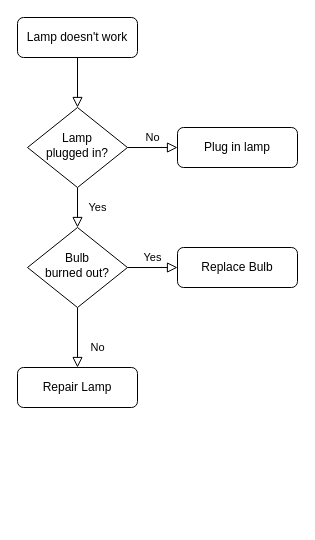
Earlier version of the draw.io diagram 未命名绘图.drawio (guoxinchen2g/HelloWrold). Source tidied: cells renumbered, new cells numbered last; positions are measured from the earlier drawing's top-left corner, leaving out a move shared by most shapes. Both pictures are drawn from the tidied source at 100%, with x=0, y=0 at pixel (17, 17).
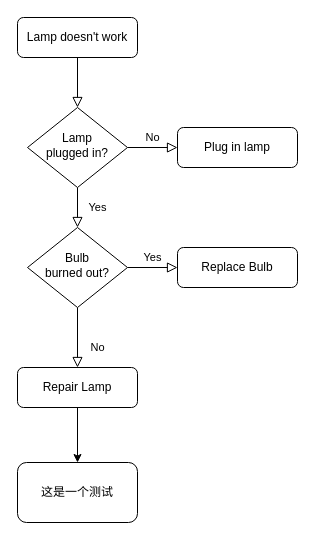
After the change.

Commit message:
更新未命名绘图.drawio

What changed in the source:
```diff
@@
 <mxGraphModel>
   <root>
     <mxCell id="0" />
     <mxCell id="1" parent="0" />
     <mxCell id="2" style="rounded=0;html=1;jettySize=auto;fontSize=11;endArrow=block;endFill=0;endSize=8;strokeWidth=1;shadow=0;labelBackgroundColor=none;edgeStyle=orthogonalEdgeStyle;" parent="1" edge="1" source="3" target="6">
       <mxGeometry relative="1" as="geometry" />
     </mxCell>
     <mxCell id="3" value="Lamp doesn't work" style="rounded=1;whiteSpace=wrap;html=1;fontSize=12;glass=0;strokeWidth=1;shadow=0;" parent="1" vertex="1">
       <mxGeometry width="120" height="40" as="geometry" />
     </mxCell>
     <mxCell id="4" value="Yes" style="rounded=0;html=1;jettySize=auto;fontSize=11;endArrow=block;endFill=0;endSize=8;strokeWidth=1;shadow=0;labelBackgroundColor=none;edgeStyle=orthogonalEdgeStyle;" parent="1" edge="1" source="6" target="10">
       <mxGeometry y="20" relative="1" as="geometry" />
     </mxCell>
     <mxCell id="5" value="No" style="edgeStyle=orthogonalEdgeStyle;rounded=0;html=1;jettySize=auto;fontSize=11;endArrow=block;endFill=0;endSize=8;strokeWidth=1;shadow=0;labelBackgroundColor=none;" parent="1" edge="1" source="6" target="7">
       <mxGeometry y="10" relative="1" as="geometry" />
     </mxCell>
     <mxCell id="6" value="Lamp&lt;br&gt;plugged in?" style="rhombus;whiteSpace=wrap;html=1;shadow=0;fontFamily=Helvetica;fontSize=12;align=center;strokeWidth=1;spacing=6;spacingTop=-4;" parent="1" vertex="1">
       <mxGeometry x="10" y="90" width="100" height="80" as="geometry" />
     </mxCell>
     <mxCell id="7" value="Plug in lamp" style="rounded=1;whiteSpace=wrap;html=1;fontSize=12;glass=0;strokeWidth=1;shadow=0;" parent="1" vertex="1">
       <mxGeometry x="160" y="110" width="120" height="40" as="geometry" />
     </mxCell>
     <mxCell id="8" value="No" style="rounded=0;html=1;jettySize=auto;fontSize=11;endArrow=block;endFill=0;endSize=8;strokeWidth=1;shadow=0;labelBackgroundColor=none;edgeStyle=orthogonalEdgeStyle;" parent="1" edge="1" source="10" target="11">
       <mxGeometry x="0.33" y="20" relative="1" as="geometry" />
     </mxCell>
     <mxCell id="9" value="Yes" style="edgeStyle=orthogonalEdgeStyle;rounded=0;html=1;jettySize=auto;fontSize=11;endArrow=block;endFill=0;endSize=8;strokeWidth=1;shadow=0;labelBackgroundColor=none;" parent="1" edge="1" source="10" target="12">
       <mxGeometry y="10" relative="1" as="geometry" />
     </mxCell>
     <mxCell id="10" value="Bulb&lt;br&gt;burned out?" style="rhombus;whiteSpace=wrap;html=1;shadow=0;fontFamily=Helvetica;fontSize=12;align=center;strokeWidth=1;spacing=6;spacingTop=-4;" parent="1" vertex="1">
       <mxGeometry x="10" y="210" width="100" height="80" as="geometry" />
     </mxCell>
+    <mxCell id="13" style="edgeStyle=orthogonalEdgeStyle;rounded=0;jettySize=auto;html=1;entryX=0.5;entryY=0;entryDx=0;entryDy=0;" parent="1" edge="1" source="11" target="14">
+      <mxGeometry relative="1" as="geometry" />
+    </mxCell>
     <mxCell id="11" value="Repair Lamp" style="rounded=1;whiteSpace=wrap;html=1;fontSize=12;glass=0;strokeWidth=1;shadow=0;" parent="1" vertex="1">
       <mxGeometry y="350" width="120" height="40" as="geometry" />
     </mxCell>
     <mxCell id="12" value="Replace Bulb" style="rounded=1;whiteSpace=wrap;html=1;fontSize=12;glass=0;strokeWidth=1;shadow=0;" parent="1" vertex="1">
       <mxGeometry x="160" y="230" width="120" height="40" as="geometry" />
     </mxCell>
+    <mxCell id="14" value="这是一个测试" style="rounded=1;whiteSpace=wrap;html=1;" parent="1" vertex="1">
+      <mxGeometry y="445" width="120" height="60" as="geometry" />
+    </mxCell>
   </root>
 </mxGraphModel>
```
